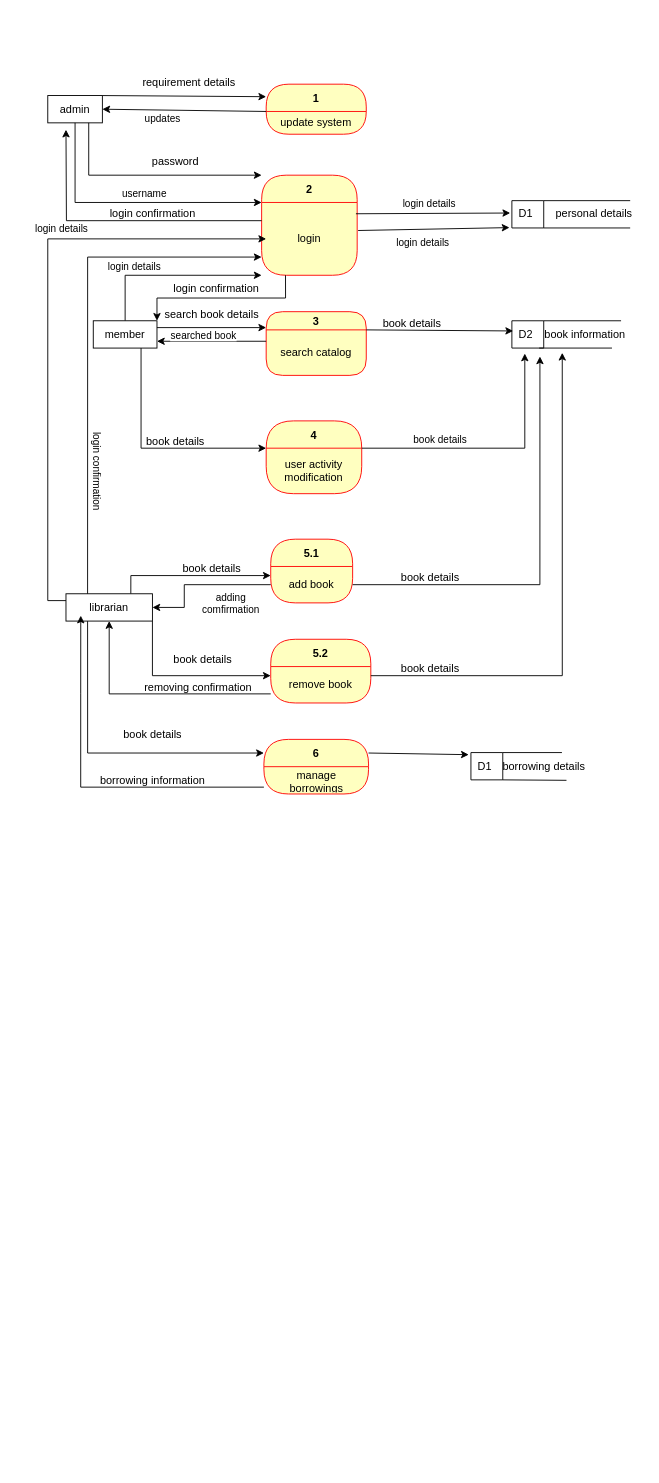
Above: dfdLMS.drawio in Dinuvi9170/NSBM-Green-University (draw.io), before the change. Source tidied: cells renumbered, new cells numbered last; positions are measured from the earlier drawing's top-left corner, leaving out a move shared by most shapes. Both pictures are drawn from the tidied source at 91%, with x=0, y=0 at pixel (47, 67).
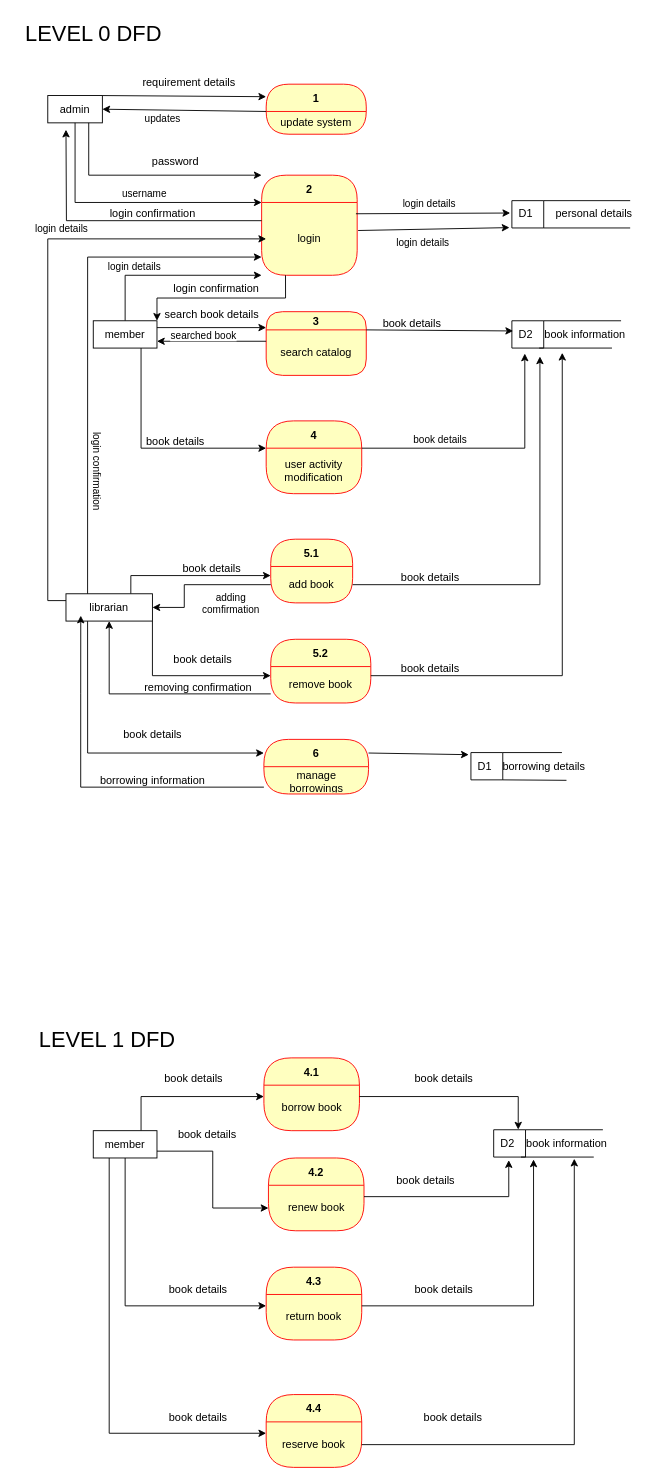
The same diagram, later.

What changed in the source:
```diff
@@
+    <mxCell id="83" value="4.1" style="swimlane;fontStyle=1;align=center;verticalAlign=middle;horizontal=1;startSize=30;fontColor=#000000;rounded=1;arcSize=39;strokeColor=#ff0000;fillColor=#ffffc0;swimlaneFillColor=#ffffc0;" parent="1" vertex="1">
+      <mxGeometry x="237.5" y="1088" width="105" height="80" as="geometry" />
+    </mxCell>
+    <mxCell id="84" value="borrow book" style="text;html=1;strokeColor=none;fillColor=none;align=center;verticalAlign=middle;spacingLeft=4;spacingRight=4;whiteSpace=wrap;overflow=hidden;fontColor=#000000;" parent="83" vertex="1">
+      <mxGeometry y="30" width="105" height="50" as="geometry" />
+    </mxCell>
+    <mxCell id="85" style="edgeStyle=orthogonalEdgeStyle;rounded=0;jettySize=auto;html=1;exitX=0.75;exitY=0;exitDx=0;exitDy=0;entryX=0;entryY=0.25;entryDx=0;entryDy=0;" parent="1" edge="1" source="89" target="84">
+      <mxGeometry relative="1" as="geometry" />
+    </mxCell>
+    <mxCell id="86" style="edgeStyle=orthogonalEdgeStyle;rounded=0;jettySize=auto;html=1;exitX=1;exitY=0.75;exitDx=0;exitDy=0;entryX=0;entryY=0.5;entryDx=0;entryDy=0;" parent="1" edge="1" source="89" target="91">
+      <mxGeometry relative="1" as="geometry" />
+    </mxCell>
+    <mxCell id="87" style="edgeStyle=orthogonalEdgeStyle;rounded=0;jettySize=auto;html=1;exitX=0.5;exitY=1;exitDx=0;exitDy=0;entryX=0;entryY=0.25;entryDx=0;entryDy=0;" parent="1" edge="1" source="89" target="95">
+      <mxGeometry relative="1" as="geometry" />
+    </mxCell>
+    <mxCell id="88" style="edgeStyle=orthogonalEdgeStyle;rounded=0;jettySize=auto;html=1;exitX=0.25;exitY=1;exitDx=0;exitDy=0;entryX=0;entryY=0.25;entryDx=0;entryDy=0;" parent="1" edge="1" source="89" target="93">
+      <mxGeometry relative="1" as="geometry" />
+    </mxCell>
+    <mxCell id="89" value="member" style="html=1;whiteSpace=wrap;" parent="1" vertex="1">
+      <mxGeometry x="50" y="1168" width="70" height="30" as="geometry" />
+    </mxCell>
+    <mxCell id="90" value="4.2" style="swimlane;fontStyle=1;align=center;verticalAlign=middle;horizontal=1;startSize=30;fontColor=#000000;rounded=1;arcSize=39;strokeColor=#ff0000;fillColor=#ffffc0;swimlaneFillColor=#ffffc0;" parent="1" vertex="1">
+      <mxGeometry x="242.5" y="1198" width="105" height="80" as="geometry" />
+    </mxCell>
+    <mxCell id="91" value="renew book" style="text;html=1;strokeColor=none;fillColor=none;align=center;verticalAlign=middle;spacingLeft=4;spacingRight=4;whiteSpace=wrap;overflow=hidden;fontColor=#000000;" parent="90" vertex="1">
+      <mxGeometry y="30" width="105" height="50" as="geometry" />
+    </mxCell>
+    <mxCell id="92" value="4.4" style="swimlane;fontStyle=1;align=center;verticalAlign=middle;horizontal=1;startSize=30;fontColor=#000000;rounded=1;arcSize=39;strokeColor=#ff0000;fillColor=#ffffc0;swimlaneFillColor=#ffffc0;" parent="1" vertex="1">
+      <mxGeometry x="240" y="1458" width="105" height="80" as="geometry" />
+    </mxCell>
+    <mxCell id="93" value="reserve book" style="text;html=1;strokeColor=none;fillColor=none;align=center;verticalAlign=middle;spacingLeft=4;spacingRight=4;whiteSpace=wrap;overflow=hidden;fontColor=#000000;" parent="92" vertex="1">
+      <mxGeometry y="30" width="105" height="50" as="geometry" />
+    </mxCell>
+    <mxCell id="94" value="4.3" style="swimlane;fontStyle=1;align=center;verticalAlign=middle;horizontal=1;startSize=30;fontColor=#000000;rounded=1;arcSize=39;strokeColor=#ff0000;fillColor=#ffffc0;swimlaneFillColor=#ffffc0;" parent="1" vertex="1">
+      <mxGeometry x="240" y="1318" width="105" height="80" as="geometry" />
+    </mxCell>
+    <mxCell id="95" value="return book" style="text;html=1;strokeColor=none;fillColor=none;align=center;verticalAlign=middle;spacingLeft=4;spacingRight=4;whiteSpace=wrap;overflow=hidden;fontColor=#000000;" parent="94" vertex="1">
+      <mxGeometry y="30" width="105" height="50" as="geometry" />
+    </mxCell>
+    <mxCell id="96" style="swimlane;startSize=0;" parent="1" vertex="1">
+      <mxGeometry x="490" y="1167" width="35" height="30" as="geometry" />
+    </mxCell>
+    <mxCell id="97" value="D2" style="text;html=1;align=center;verticalAlign=middle;points=[];strokeColor=none;fillColor=none;" parent="96" vertex="1">
+      <mxGeometry x="-5" width="40" height="30" as="geometry" />
+    </mxCell>
+    <mxCell id="98" style="endArrow=none;html=1;rounded=0;" parent="1" edge="1">
+      <mxGeometry relative="1" as="geometry">
+        <mxPoint x="520" y="1197" as="sourcePoint" />
+        <mxPoint x="600" y="1197" as="targetPoint" />
+      </mxGeometry>
+    </mxCell>
+    <mxCell id="99" style="endArrow=none;html=1;rounded=0;exitX=1;exitY=0;exitDx=0;exitDy=0;" parent="1" edge="1" source="96">
+      <mxGeometry relative="1" as="geometry">
+        <mxPoint x="610" y="1167" as="targetPoint" />
+      </mxGeometry>
+    </mxCell>
+    <mxCell id="100" value="book information" style="text;html=1;align=center;verticalAlign=middle;points=[];strokeColor=none;fillColor=none;" parent="1" vertex="1">
+      <mxGeometry x="515" y="1167" width="110" height="30" as="geometry" />
+    </mxCell>
+    <mxCell id="101" style="edgeStyle=orthogonalEdgeStyle;rounded=0;jettySize=auto;html=1;exitX=1;exitY=0.25;exitDx=0;exitDy=0;entryX=0.018;entryY=-0.007;entryDx=0;entryDy=0;entryPerimeter=0;" parent="1" edge="1" source="84" target="100">
+      <mxGeometry relative="1" as="geometry" />
+    </mxCell>
+    <mxCell id="102" style="edgeStyle=orthogonalEdgeStyle;rounded=0;jettySize=auto;html=1;exitX=1;exitY=0.25;exitDx=0;exitDy=0;entryX=0.54;entryY=1.113;entryDx=0;entryDy=0;entryPerimeter=0;" parent="1" edge="1" source="91" target="97">
+      <mxGeometry relative="1" as="geometry" />
+    </mxCell>
+    <mxCell id="103" style="edgeStyle=orthogonalEdgeStyle;rounded=0;jettySize=auto;html=1;exitX=1;exitY=0.25;exitDx=0;exitDy=0;entryX=0.171;entryY=1.087;entryDx=0;entryDy=0;entryPerimeter=0;" parent="1" edge="1" source="95" target="100">
+      <mxGeometry relative="1" as="geometry" />
+    </mxCell>
+    <mxCell id="104" style="edgeStyle=orthogonalEdgeStyle;rounded=0;jettySize=auto;html=1;exitX=1;exitY=0.5;exitDx=0;exitDy=0;entryX=0.578;entryY=1.06;entryDx=0;entryDy=0;entryPerimeter=0;" parent="1" edge="1" source="93" target="100">
+      <mxGeometry relative="1" as="geometry" />
+    </mxCell>
+    <mxCell id="105" value="book details" style="text;html=1;align=center;verticalAlign=middle;strokeColor=none;fillColor=none;" parent="1" vertex="1">
+      <mxGeometry x="115" y="1096" width="90" height="30" as="geometry" />
+    </mxCell>
+    <mxCell id="106" value="book details" style="text;html=1;align=center;verticalAlign=middle;strokeColor=none;fillColor=none;" parent="1" vertex="1">
+      <mxGeometry x="120" y="1468" width="90" height="30" as="geometry" />
+    </mxCell>
+    <mxCell id="107" value="book details" style="text;html=1;align=center;verticalAlign=middle;strokeColor=none;fillColor=none;" parent="1" vertex="1">
+      <mxGeometry x="120" y="1328" width="90" height="30" as="geometry" />
+    </mxCell>
+    <mxCell id="108" value="book details" style="text;html=1;align=center;verticalAlign=middle;strokeColor=none;fillColor=none;" parent="1" vertex="1">
+      <mxGeometry x="130" y="1158" width="90" height="30" as="geometry" />
+    </mxCell>
+    <mxCell id="109" value="book details" style="text;html=1;align=center;verticalAlign=middle;strokeColor=none;fillColor=none;" parent="1" vertex="1">
+      <mxGeometry x="400" y="1468" width="90" height="30" as="geometry" />
+    </mxCell>
+    <mxCell id="110" value="book details" style="text;html=1;align=center;verticalAlign=middle;strokeColor=none;fillColor=none;" parent="1" vertex="1">
+      <mxGeometry x="390" y="1328" width="90" height="30" as="geometry" />
+    </mxCell>
+    <mxCell id="111" value="book details" style="text;html=1;align=center;verticalAlign=middle;strokeColor=none;fillColor=none;" parent="1" vertex="1">
+      <mxGeometry x="370" y="1208" width="90" height="30" as="geometry" />
+    </mxCell>
+    <mxCell id="112" value="book details" style="text;html=1;align=center;verticalAlign=middle;strokeColor=none;fillColor=none;" parent="1" vertex="1">
+      <mxGeometry x="390" y="1096" width="90" height="30" as="geometry" />
+    </mxCell>
+    <mxCell id="113" value="&lt;font style=&quot;font-size: 24px;&quot;&gt;LEVEL 0 DFD&lt;/font&gt;" style="text;html=1;align=center;verticalAlign=middle;strokeColor=none;fillColor=none;" parent="1" vertex="1">
+      <mxGeometry x="-35" y="-57" width="170" height="40" as="geometry" />
+    </mxCell>
+    <mxCell id="114" value="&lt;font style=&quot;font-size: 24px;&quot;&gt;LEVEL 1 DFD&lt;/font&gt;" style="text;html=1;align=center;verticalAlign=middle;strokeColor=none;fillColor=none;" parent="1" vertex="1">
+      <mxGeometry x="-20" y="1048" width="170" height="40" as="geometry" />
+    </mxCell>
```
